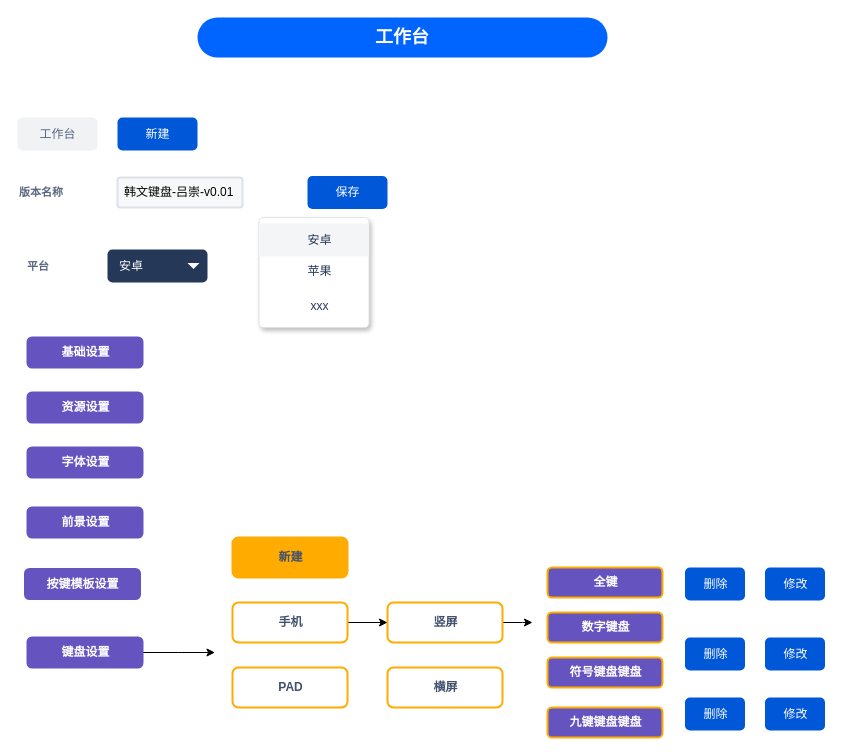
The draw.io diagram layout-editor/工作台表单.drawio in chonglv/charts, before the edit. Source tidied: cells renumbered, new cells numbered last; positions are measured from the earlier drawing's top-left corner, leaving out a move shared by most shapes. Both pictures are drawn from the tidied source at 100%, with x=0, y=0 at pixel (17, 17).
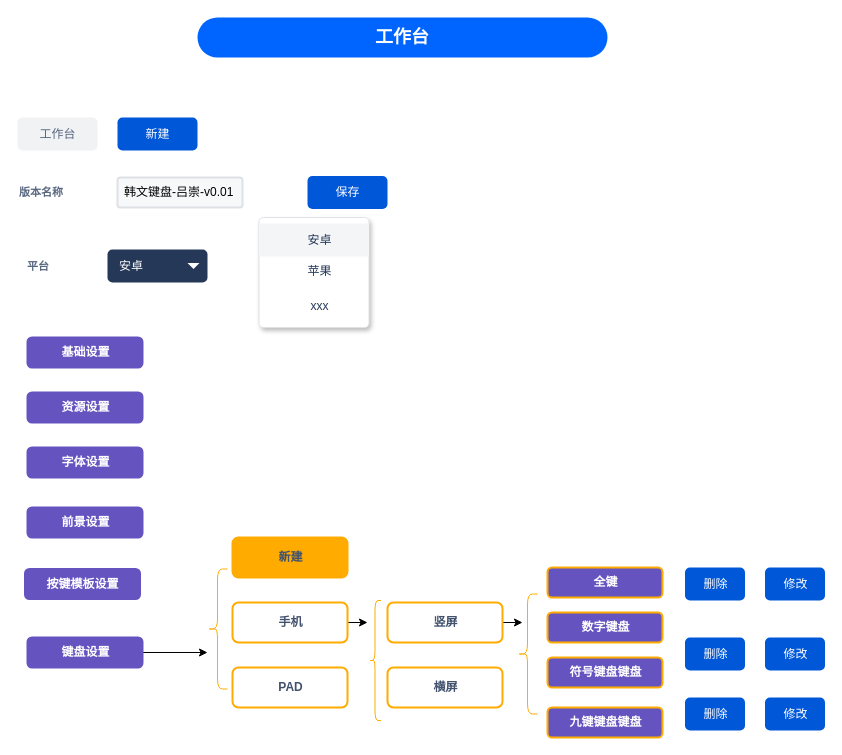
The same diagram, later.

Commit message:
更新工作台表单.drawio

The change refers to these unchanged cells:
```xml
<mxCell id="13" value="键盘设置" style="dashed=0;html=1;rounded=1;fillColor=#6554C0;strokeColor=#6554C0;fontSize=12;align=center;fontStyle=1;strokeWidth=2;fontColor=#ffffff;" parent="1" vertex="1">
  <mxGeometry x="10" y="620" width="115" height="30" as="geometry" />
</mxCell>
<mxCell id="15" value="竖屏" style="dashed=0;html=1;rounded=1;strokeColor=#FFAB00;fontSize=12;align=center;fontStyle=1;strokeWidth=2;fontColor=#42526E;" parent="1" vertex="1">
  <mxGeometry x="370" y="585" width="115" height="40" as="geometry" />
</mxCell>
<mxCell id="36" value="手机" style="dashed=0;html=1;rounded=1;strokeColor=#FFAB00;fontSize=12;align=center;fontStyle=1;strokeWidth=2;fontColor=#42526E;" parent="1" vertex="1">
  <mxGeometry x="215" y="585" width="115" height="40" as="geometry" />
</mxCell>
```

Diff of the diagram source:
```diff
@@
     <mxCell id="12" style="edgeStyle=orthogonalEdgeStyle;rounded=0;jettySize=auto;html=1;" parent="1" edge="1" source="13">
       <mxGeometry relative="1" as="geometry">
-        <mxPoint x="197.5" y="635" as="targetPoint" />
+        <mxPoint x="190" y="635" as="targetPoint" />
       </mxGeometry>
     </mxCell>
@@
     <mxCell id="14" style="edgeStyle=orthogonalEdgeStyle;rounded=0;jettySize=auto;html=1;" parent="1" edge="1" source="15">
       <mxGeometry relative="1" as="geometry">
-        <mxPoint x="515" y="605" as="targetPoint" />
+        <mxPoint x="505" y="605" as="targetPoint" />
       </mxGeometry>
     </mxCell>
@@
-    <mxCell id="35" style="edgeStyle=orthogonalEdgeStyle;rounded=0;jettySize=auto;html=1;" parent="1" edge="1" source="36" target="15">
-      <mxGeometry relative="1" as="geometry" />
+    <mxCell id="35" style="edgeStyle=orthogonalEdgeStyle;rounded=0;jettySize=auto;html=1;" parent="1" edge="1" source="36">
+      <mxGeometry relative="1" as="geometry">
+        <mxPoint x="350" y="605" as="targetPoint" />
+      </mxGeometry>
     </mxCell>
@@
+    <mxCell id="39" style="shape=curlyBracket;whiteSpace=wrap;html=1;rounded=1;strokeColor=#FFAB00;fillColor=#FFAB00;" parent="1" vertex="1">
+      <mxGeometry x="190" y="551.5" width="20" height="120" as="geometry" />
+    </mxCell>
+    <mxCell id="40" style="shape=curlyBracket;whiteSpace=wrap;html=1;rounded=1;strokeColor=#FFAB00;fillColor=#FFAB00;" parent="1" vertex="1">
+      <mxGeometry x="351.5" y="583" width="12" height="120" as="geometry" />
+    </mxCell>
+    <mxCell id="41" style="shape=curlyBracket;whiteSpace=wrap;html=1;rounded=1;strokeColor=#FFAB00;fillColor=#FFAB00;" parent="1" vertex="1">
+      <mxGeometry x="500" y="576.5" width="20" height="120" as="geometry" />
+    </mxCell>
```
